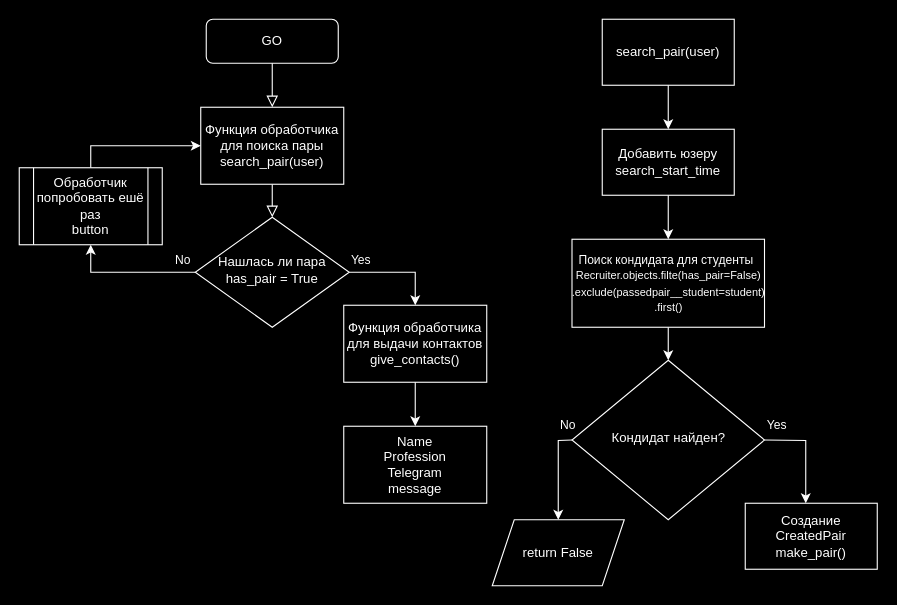
Earlier version of the draw.io diagram docs/flowchart_search_pair.drawio (Studio-Yandex-Practicum/RandomCoffeeBotTelegram). Source tidied: cells renumbered, new cells numbered last; positions are measured from the earlier drawing's top-left corner, leaving out a move shared by most shapes. Both pictures are drawn from the tidied source at 110%, with x=0, y=0 at pixel (19, 19).
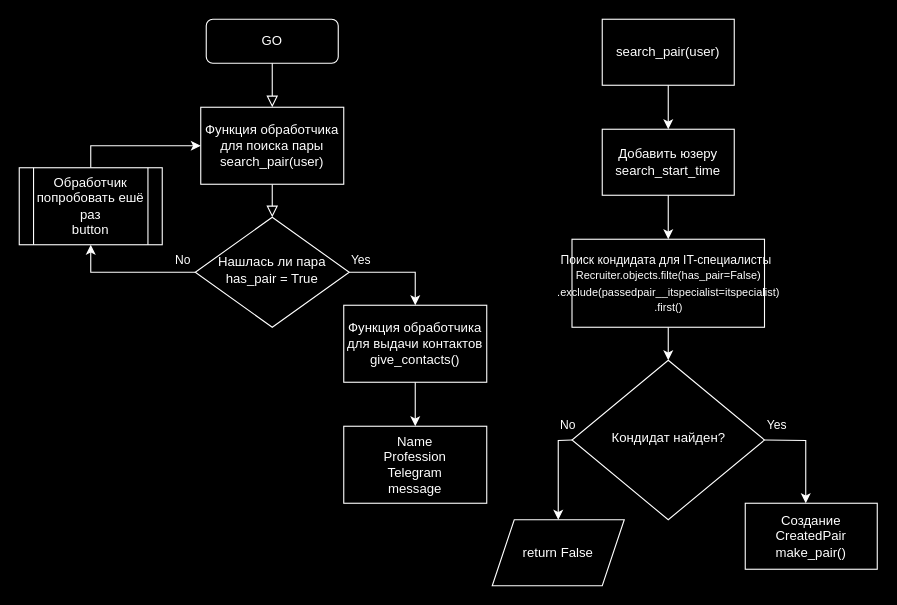
After the change.

Change to the diagram source:
```diff
@@
-    <mxCell id="27" value="&lt;font style=&quot;font-size: 10px;&quot;&gt;&lt;font style=&quot;font-size: 11px;&quot;&gt;Поиск кондидата для студенты&lt;/font&gt;&lt;span style=&quot;font-size: 8px;&quot;&gt;&amp;nbsp;&amp;nbsp;&lt;/span&gt;&lt;br&gt;&lt;span style=&quot;&quot;&gt;Recruiter.objects.filte(has_pair=False)&lt;br&gt;.exclude&lt;/span&gt;&lt;span style=&quot;&quot;&gt;(passedpair__student=student)&lt;br&gt;.first()&lt;/span&gt;&lt;/font&gt;" style="rounded=0;whiteSpace=wrap;html=1;fillColor=#000000;strokeColor=#FFFFFF;fontColor=#FFFFFF;" parent="1" vertex="1">
+    <mxCell id="27" value="&lt;font style=&quot;font-size: 10px;&quot;&gt;&lt;font style=&quot;font-size: 11px;&quot;&gt;Поиск кондидата для IT-специалисты&lt;/font&gt;&lt;span style=&quot;font-size: 8px;&quot;&gt;&amp;nbsp;&amp;nbsp;&lt;/span&gt;&lt;br&gt;&lt;span style=&quot;&quot;&gt;Recruiter.objects.filte(has_pair=False)&lt;br&gt;.exclude&lt;/span&gt;&lt;span style=&quot;&quot;&gt;(passedpair__itspecialist=itspecialist)&lt;br&gt;.first()&lt;/span&gt;&lt;/font&gt;" style="rounded=0;whiteSpace=wrap;html=1;fillColor=#000000;strokeColor=#FFFFFF;fontColor=#FFFFFF;" parent="1" vertex="1">
       <mxGeometry x="502.5" y="200" width="175" height="80" as="geometry" />
     </mxCell>
```
